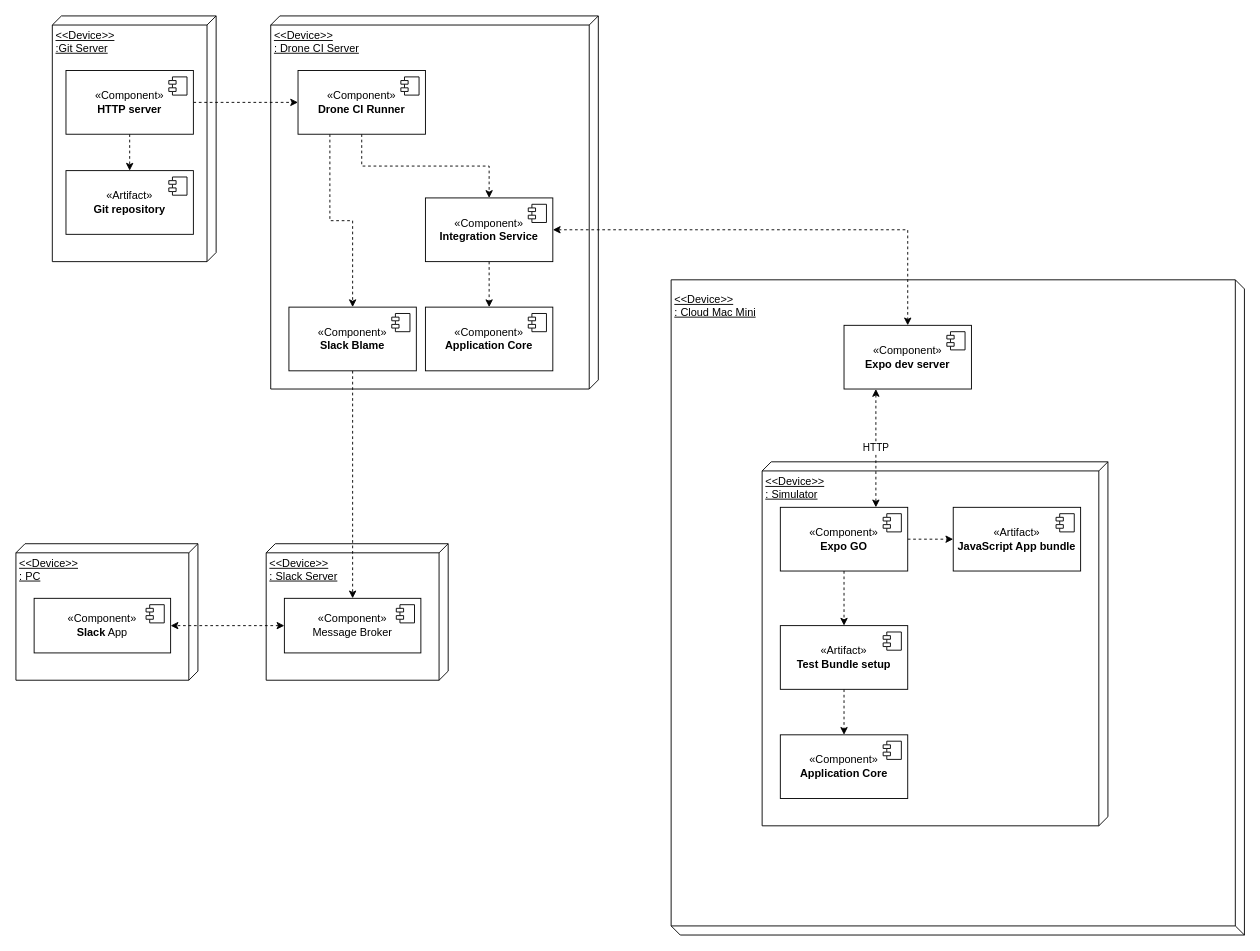
Before: page "Physical view" (3 of 7) of 4+1.drawio in luukvankooten/draw.io, a draw.io diagram. Source tidied: cells renumbered, new cells numbered last; positions are measured from the earlier drawing's top-left corner, leaving out a move shared by most shapes. Both pictures are drawn from the tidied source at 91%, with x=0, y=0 at pixel (15, 15).
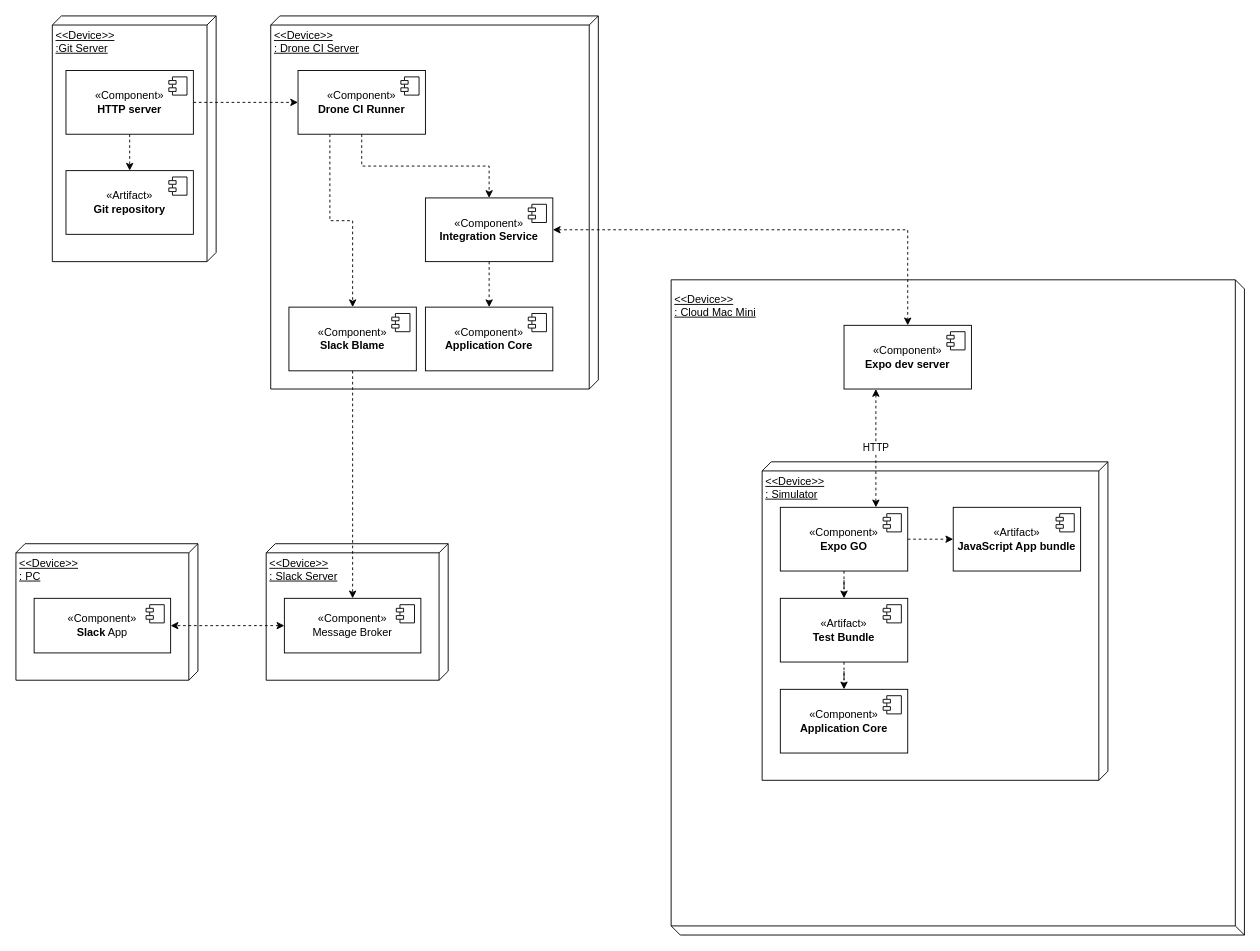
The same diagram, later.

What changed in the source:
```diff
@@
     <mxCell id="5" value="&amp;lt;&amp;lt;Device&amp;gt;&amp;gt;&lt;br&gt;: Simulator" style="verticalAlign=top;align=left;spacingTop=8;spacingLeft=2;spacingRight=12;shape=cube;size=10;direction=south;fontStyle=4;html=1;whiteSpace=wrap;" parent="1" vertex="1">
-      <mxGeometry x="820" y="490" width="380" height="400" as="geometry" />
+      <mxGeometry x="820" y="490" width="380" height="350" as="geometry" />
     </mxCell>
@@
-    <mxCell id="19" value="&lt;div&gt;«Artifact»&lt;/div&gt;&lt;div&gt;&lt;b&gt;Test Bundle setup&lt;/b&gt;&lt;br&gt;&lt;/div&gt;" style="html=1;whiteSpace=wrap;" parent="1" vertex="1">
-      <mxGeometry x="840" y="670" width="140" height="70" as="geometry" />
+    <mxCell id="19" value="&lt;div&gt;«Artifact»&lt;/div&gt;&lt;div&gt;&lt;b&gt;Test Bundle&lt;/b&gt;&lt;br&gt;&lt;/div&gt;" style="html=1;whiteSpace=wrap;" parent="1" vertex="1">
+      <mxGeometry x="840" y="640" width="140" height="70" as="geometry" />
     </mxCell>
@@
     <mxCell id="38" value="&lt;div&gt;«Component»&lt;/div&gt;&lt;div&gt;&lt;b&gt;Application Core&lt;/b&gt;&lt;br&gt;&lt;/div&gt;" style="html=1;whiteSpace=wrap;" parent="1" vertex="1">
-      <mxGeometry x="840" y="790" width="140" height="70" as="geometry" />
+      <mxGeometry x="840" y="740" width="140" height="70" as="geometry" />
     </mxCell>
```
